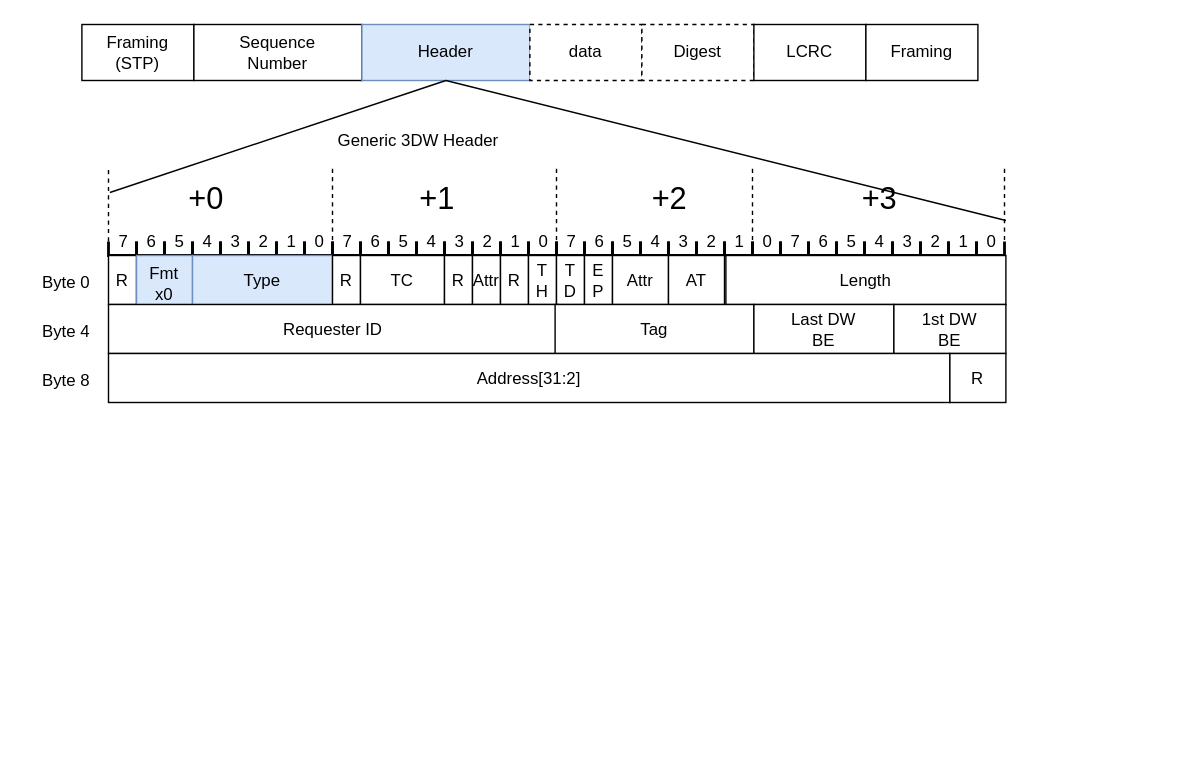
Earlier version of the draw.io diagram PCIE.drawio (Cain252199/MyNoteBook). Source tidied: cells renumbered, new cells numbered last; positions are measured from the earlier drawing's top-left corner, leaving out a move shared by most shapes. Both pictures are drawn from the tidied source at 140%, with x=0, y=0 at pixel (24, 24).
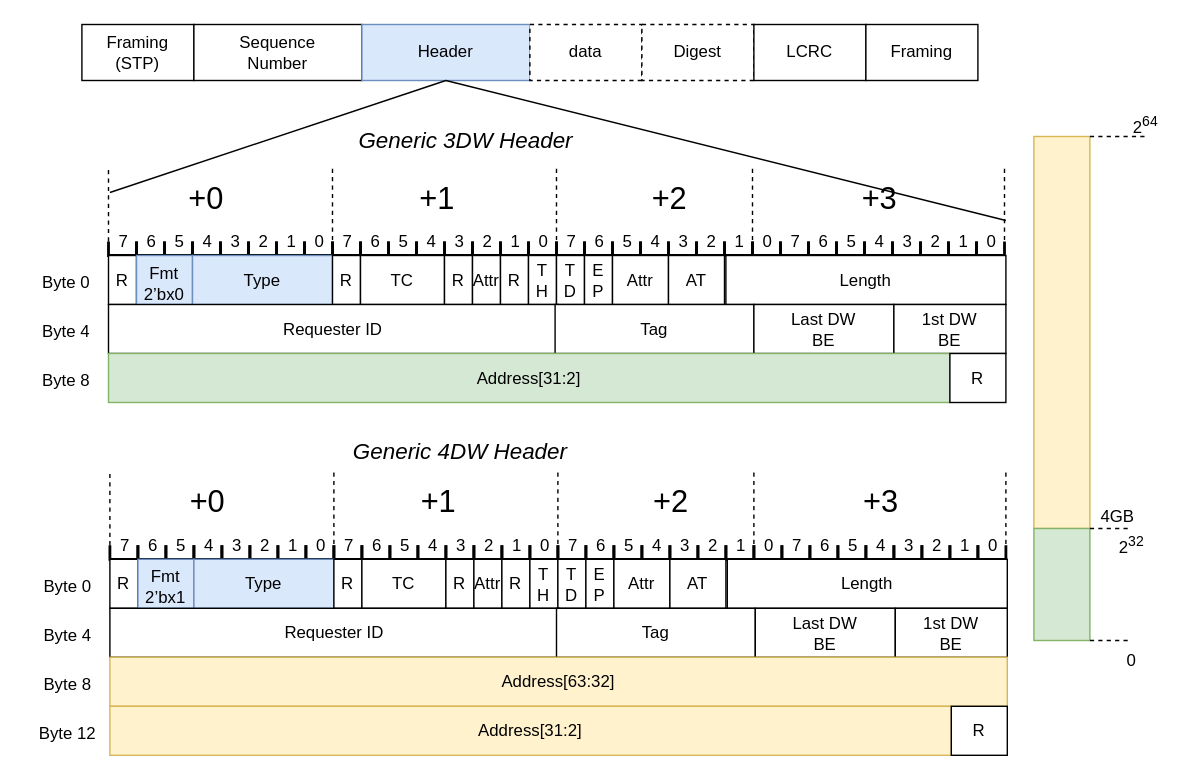
The same page after the edit.

What changed in the source:
```diff
@@
-    <mxCell id="53" value="&lt;div&gt;&lt;br&gt;&lt;/div&gt;&lt;div&gt;Fmt&lt;/div&gt;&lt;div&gt;x0&lt;/div&gt;" style="rounded=0;whiteSpace=wrap;html=1;spacing=0;spacingTop=-10;fillColor=#dae8fc;strokeColor=#6c8ebf;" parent="1" vertex="1">
+    <mxCell id="53" value="&lt;div&gt;&lt;br&gt;&lt;/div&gt;&lt;div&gt;Fmt&lt;/div&gt;&lt;div&gt;2’bx0&lt;/div&gt;" style="rounded=0;whiteSpace=wrap;html=1;spacing=0;spacingTop=-10;fillColor=#dae8fc;strokeColor=#6c8ebf;" parent="1" vertex="1">
       <mxGeometry x="80" y="165" width="40" height="35" as="geometry" />
     </mxCell>
@@
-    <mxCell id="70" value="Address[31:2]" style="rounded=0;whiteSpace=wrap;html=1;spacing=0;spacingTop=0;" parent="1" vertex="1">
+    <mxCell id="70" value="Address[31:2]" style="rounded=0;whiteSpace=wrap;html=1;spacing=0;spacingTop=0;fillColor=#d5e8d4;strokeColor=#82b366;" parent="1" vertex="1">
       <mxGeometry x="60" y="235" width="601" height="35" as="geometry" />
     </mxCell>
@@
-    <mxCell id="75" value="Generic 3DW Header" style="text;html=1;align=center;verticalAlign=middle;strokeColor=none;fillColor=none;" parent="1" vertex="1">
-      <mxGeometry x="211" y="68" width="140" height="30" as="geometry" />
+    <mxCell id="75" value="Generic 3DW Header" style="text;html=1;align=center;verticalAlign=middle;strokeColor=none;fillColor=none;fontSize=16;fontStyle=2;" parent="1" vertex="1">
+      <mxGeometry x="225" y="68" width="180" height="30" as="geometry" />
     </mxCell>
+    <mxCell id="76" value="&amp;nbsp; &amp;nbsp; &amp;nbsp;7" style="strokeWidth=2;html=1;shape=mxgraph.flowchart.annotation_1;align=left;rotation=-90;textDirection=vertical-lr;" parent="1" vertex="1">
+      <mxGeometry x="66" y="367" width="10" height="20" as="geometry" />
+    </mxCell>
+    <mxCell id="77" value="&amp;nbsp; &amp;nbsp; &amp;nbsp;6" style="strokeWidth=2;html=1;shape=mxgraph.flowchart.annotation_1;align=left;rotation=-90;textDirection=vertical-lr;" parent="1" vertex="1">
+      <mxGeometry x="86" y="367" width="10" height="20" as="geometry" />
+    </mxCell>
+    <mxCell id="78" value="&amp;nbsp; &amp;nbsp; &amp;nbsp;5" style="strokeWidth=2;html=1;shape=mxgraph.flowchart.annotation_1;align=left;rotation=-90;textDirection=vertical-lr;" parent="1" vertex="1">
+      <mxGeometry x="106" y="367" width="10" height="20" as="geometry" />
+    </mxCell>
+    <mxCell id="79" value="&amp;nbsp; &amp;nbsp; &amp;nbsp;4" style="strokeWidth=2;html=1;shape=mxgraph.flowchart.annotation_1;align=left;rotation=-90;textDirection=vertical-lr;" parent="1" vertex="1">
+      <mxGeometry x="126" y="367" width="10" height="20" as="geometry" />
+    </mxCell>
+    <mxCell id="80" value="&amp;nbsp; &amp;nbsp; &amp;nbsp;3" style="strokeWidth=2;html=1;shape=mxgraph.flowchart.annotation_1;align=left;rotation=-90;textDirection=vertical-lr;" parent="1" vertex="1">
+      <mxGeometry x="146" y="367" width="10" height="20" as="geometry" />
+    </mxCell>
+    <mxCell id="81" value="&amp;nbsp; &amp;nbsp; &amp;nbsp;2" style="strokeWidth=2;html=1;shape=mxgraph.flowchart.annotation_1;align=left;rotation=-90;textDirection=vertical-lr;" parent="1" vertex="1">
+      <mxGeometry x="166" y="367" width="10" height="20" as="geometry" />
+    </mxCell>
+    <mxCell id="82" value="&amp;nbsp; &amp;nbsp; &amp;nbsp;1" style="strokeWidth=2;html=1;shape=mxgraph.flowchart.annotation_1;align=left;rotation=-90;textDirection=vertical-lr;" parent="1" vertex="1">
+      <mxGeometry x="186" y="367" width="10" height="20" as="geometry" />
+    </mxCell>
+    <mxCell id="83" value="&amp;nbsp; &amp;nbsp; &amp;nbsp;0" style="strokeWidth=2;html=1;shape=mxgraph.flowchart.annotation_1;align=left;rotation=-90;textDirection=vertical-lr;" parent="1" vertex="1">
+      <mxGeometry x="206" y="367" width="10" height="20" as="geometry" />
+    </mxCell>
+    <mxCell id="84" value="&amp;nbsp; &amp;nbsp; &amp;nbsp;7" style="strokeWidth=2;html=1;shape=mxgraph.flowchart.annotation_1;align=left;rotation=-90;textDirection=vertical-lr;" parent="1" vertex="1">
+      <mxGeometry x="226" y="367" width="10" height="20" as="geometry" />
+    </mxCell>
+    <mxCell id="85" value="&amp;nbsp; &amp;nbsp; &amp;nbsp;6" style="strokeWidth=2;html=1;shape=mxgraph.flowchart.annotation_1;align=left;rotation=-90;textDirection=vertical-lr;" parent="1" vertex="1">
+      <mxGeometry x="246" y="367" width="10" height="20" as="geometry" />
+    </mxCell>
+    <mxCell id="86" value="&amp;nbsp; &amp;nbsp; &amp;nbsp;5" style="strokeWidth=2;html=1;shape=mxgraph.flowchart.annotation_1;align=left;rotation=-90;textDirection=vertical-lr;" parent="1" vertex="1">
+      <mxGeometry x="266" y="367" width="10" height="20" as="geometry" />
+    </mxCell>
+    <mxCell id="87" value="&amp;nbsp; &amp;nbsp; &amp;nbsp;4" style="strokeWidth=2;html=1;shape=mxgraph.flowchart.annotation_1;align=left;rotation=-90;textDirection=vertical-lr;" parent="1" vertex="1">
+      <mxGeometry x="286" y="367" width="10" height="20" as="geometry" />
+    </mxCell>
+    <mxCell id="88" value="&amp;nbsp; &amp;nbsp; &amp;nbsp;3" style="strokeWidth=2;html=1;shape=mxgraph.flowchart.annotation_1;align=left;rotation=-90;textDirection=vertical-lr;" parent="1" vertex="1">
+      <mxGeometry x="306" y="367" width="10" height="20" as="geometry" />
+    </mxCell>
+    <mxCell id="89" value="&amp;nbsp; &amp;nbsp; &amp;nbsp;2" style="strokeWidth=2;html=1;shape=mxgraph.flowchart.annotation_1;align=left;rotation=-90;textDirection=vertical-lr;" parent="1" vertex="1">
+      <mxGeometry x="326" y="367" width="10" height="20" as="geometry" />
+    </mxCell>
+    <mxCell id="90" value="&amp;nbsp; &amp;nbsp; &amp;nbsp;1" style="strokeWidth=2;html=1;shape=mxgraph.flowchart.annotation_1;align=left;rotation=-90;textDirection=vertical-lr;" parent="1" vertex="1">
+      <mxGeometry x="346" y="367" width="10" height="20" as="geometry" />
+    </mxCell>
+    <mxCell id="91" value="&amp;nbsp; &amp;nbsp; &amp;nbsp;0" style="strokeWidth=2;html=1;shape=mxgraph.flowchart.annotation_1;align=left;rotation=-90;textDirection=vertical-lr;" parent="1" vertex="1">
+      <mxGeometry x="366" y="367" width="10" height="20" as="geometry" />
+    </mxCell>
+    <mxCell id="92" value="&amp;nbsp; &amp;nbsp; &amp;nbsp;7" style="strokeWidth=2;html=1;shape=mxgraph.flowchart.annotation_1;align=left;rotation=-90;textDirection=vertical-lr;" parent="1" vertex="1">
+      <mxGeometry x="386" y="367" width="10" height="20" as="geometry" />
+    </mxCell>
+    <mxCell id="93" value="&amp;nbsp; &amp;nbsp; &amp;nbsp;6" style="strokeWidth=2;html=1;shape=mxgraph.flowchart.annotation_1;align=left;rotation=-90;textDirection=vertical-lr;" parent="1" vertex="1">
+      <mxGeometry x="406" y="367" width="10" height="20" as="geometry" />
+    </mxCell>
+    <mxCell id="94" value="&amp;nbsp; &amp;nbsp; &amp;nbsp;5" style="strokeWidth=2;html=1;shape=mxgraph.flowchart.annotation_1;align=left;rotation=-90;textDirection=vertical-lr;" parent="1" vertex="1">
+      <mxGeometry x="426" y="367" width="10" height="20" as="geometry" />
+    </mxCell>
+    <mxCell id="95" value="&amp;nbsp; &amp;nbsp; &amp;nbsp;4" style="strokeWidth=2;html=1;shape=mxgraph.flowchart.annotation_1;align=left;rotation=-90;textDirection=vertical-lr;" parent="1" vertex="1">
+      <mxGeometry x="446" y="367" width="10" height="20" as="geometry" />
+    </mxCell>
+    <mxCell id="96" value="&amp;nbsp; &amp;nbsp; &amp;nbsp;3" style="strokeWidth=2;html=1;shape=mxgraph.flowchart.annotation_1;align=left;rotation=-90;textDirection=vertical-lr;" parent="1" vertex="1">
+      <mxGeometry x="466" y="367" width="10" height="20" as="geometry" />
+    </mxCell>
+    <mxCell id="97" value="&amp;nbsp; &amp;nbsp; &amp;nbsp;2" style="strokeWidth=2;html=1;shape=mxgraph.flowchart.annotation_1;align=left;rotation=-90;textDirection=vertical-lr;" parent="1" vertex="1">
+      <mxGeometry x="486" y="367" width="10" height="20" as="geometry" />
+    </mxCell>
+    <mxCell id="98" value="&amp;nbsp; &amp;nbsp; &amp;nbsp;1" style="strokeWidth=2;html=1;shape=mxgraph.flowchart.annotation_1;align=left;rotation=-90;textDirection=vertical-lr;" parent="1" vertex="1">
+      <mxGeometry x="506" y="367" width="10" height="20" as="geometry" />
+    </mxCell>
+    <mxCell id="99" value="&amp;nbsp; &amp;nbsp; &amp;nbsp;0" style="strokeWidth=2;html=1;shape=mxgraph.flowchart.annotation_1;align=left;rotation=-90;textDirection=vertical-lr;" parent="1" vertex="1">
+      <mxGeometry x="526" y="367" width="10" height="20" as="geometry" />
+    </mxCell>
+    <mxCell id="100" value="&amp;nbsp; &amp;nbsp; &amp;nbsp;7" style="strokeWidth=2;html=1;shape=mxgraph.flowchart.annotation_1;align=left;rotation=-90;textDirection=vertical-lr;" parent="1" vertex="1">
+      <mxGeometry x="546" y="367" width="10" height="20" as="geometry" />
+    </mxCell>
+    <mxCell id="101" value="&amp;nbsp; &amp;nbsp; &amp;nbsp;6" style="strokeWidth=2;html=1;shape=mxgraph.flowchart.annotation_1;align=left;rotation=-90;textDirection=vertical-lr;" parent="1" vertex="1">
+      <mxGeometry x="566" y="367" width="10" height="20" as="geometry" />
+    </mxCell>
+    <mxCell id="102" value="&amp;nbsp; &amp;nbsp; &amp;nbsp;5" style="strokeWidth=2;html=1;shape=mxgraph.flowchart.annotation_1;align=left;rotation=-90;textDirection=vertical-lr;" parent="1" vertex="1">
+      <mxGeometry x="586" y="367" width="10" height="20" as="geometry" />
+    </mxCell>
+    <mxCell id="103" value="&amp;nbsp; &amp;nbsp; &amp;nbsp;4" style="strokeWidth=2;html=1;shape=mxgraph.flowchart.annotation_1;align=left;rotation=-90;textDirection=vertical-lr;" parent="1" vertex="1">
+      <mxGeometry x="606" y="367" width="10" height="20" as="geometry" />
+    </mxCell>
+    <mxCell id="104" value="&amp;nbsp; &amp;nbsp; &amp;nbsp;3" style="strokeWidth=2;html=1;shape=mxgraph.flowchart.annotation_1;align=left;rotation=-90;textDirection=vertical-lr;" parent="1" vertex="1">
+      <mxGeometry x="626" y="367" width="10" height="20" as="geometry" />
+    </mxCell>
+    <mxCell id="105" value="&amp;nbsp; &amp;nbsp; &amp;nbsp;2" style="strokeWidth=2;html=1;shape=mxgraph.flowchart.annotation_1;align=left;rotation=-90;textDirection=vertical-lr;" parent="1" vertex="1">
+      <mxGeometry x="646" y="367" width="10" height="20" as="geometry" />
+    </mxCell>
+    <mxCell id="106" value="&amp;nbsp; &amp;nbsp; &amp;nbsp;1" style="strokeWidth=2;html=1;shape=mxgraph.flowchart.annotation_1;align=left;rotation=-90;textDirection=vertical-lr;" parent="1" vertex="1">
+      <mxGeometry x="666" y="367" width="10" height="20" as="geometry" />
+    </mxCell>
+    <mxCell id="107" value="&amp;nbsp; &amp;nbsp; &amp;nbsp;0" style="strokeWidth=2;html=1;shape=mxgraph.flowchart.annotation_1;align=left;rotation=-90;textDirection=vertical-lr;" parent="1" vertex="1">
+      <mxGeometry x="686" y="367" width="10" height="20" as="geometry" />
+    </mxCell>
+    <mxCell id="108" value="&lt;font style=&quot;font-size: 22px;&quot;&gt;+0&lt;/font&gt;" style="text;html=1;align=center;verticalAlign=middle;whiteSpace=wrap;rounded=0;" parent="1" vertex="1">
+      <mxGeometry x="101" y="327" width="60" height="30" as="geometry" />
+    </mxCell>
+    <mxCell id="109" value="&lt;font style=&quot;font-size: 22px;&quot;&gt;+1&lt;/font&gt;" style="text;html=1;align=center;verticalAlign=middle;whiteSpace=wrap;rounded=0;" parent="1" vertex="1">
+      <mxGeometry x="266" y="327" width="60" height="30" as="geometry" />
+    </mxCell>
+    <mxCell id="110" value="&lt;font style=&quot;font-size: 22px;&quot;&gt;+2&lt;/font&gt;" style="text;html=1;align=center;verticalAlign=middle;whiteSpace=wrap;rounded=0;" parent="1" vertex="1">
+      <mxGeometry x="432" y="327" width="60" height="30" as="geometry" />
+    </mxCell>
+    <mxCell id="111" value="&lt;font style=&quot;font-size: 22px;&quot;&gt;+3&lt;/font&gt;" style="text;html=1;align=center;verticalAlign=middle;whiteSpace=wrap;rounded=0;" parent="1" vertex="1">
+      <mxGeometry x="582" y="327" width="60" height="30" as="geometry" />
+    </mxCell>
+    <mxCell id="112" style="endArrow=none;dashed=1;html=1;rounded=0;exitX=0.5;exitY=0;exitDx=0;exitDy=0;exitPerimeter=0;" parent="1" edge="1">
+      <mxGeometry relative="1" as="geometry">
+        <mxPoint x="381" y="377" as="sourcePoint" />
+        <mxPoint x="381" y="317" as="targetPoint" />
+      </mxGeometry>
+    </mxCell>
+    <mxCell id="113" style="endArrow=none;dashed=1;html=1;rounded=0;exitX=0.5;exitY=0;exitDx=0;exitDy=0;exitPerimeter=0;" parent="1" edge="1">
+      <mxGeometry relative="1" as="geometry">
+        <mxPoint x="221" y="377" as="sourcePoint" />
+        <mxPoint x="221" y="317" as="targetPoint" />
+      </mxGeometry>
+    </mxCell>
+    <mxCell id="114" style="endArrow=none;dashed=1;html=1;rounded=0;exitX=0.5;exitY=0;exitDx=0;exitDy=0;exitPerimeter=0;" parent="1" edge="1">
+      <mxGeometry relative="1" as="geometry">
+        <mxPoint x="521" y="377" as="sourcePoint" />
+        <mxPoint x="521" y="317" as="targetPoint" />
+      </mxGeometry>
+    </mxCell>
+    <mxCell id="115" style="endArrow=none;dashed=1;html=1;rounded=0;exitX=0.5;exitY=0;exitDx=0;exitDy=0;exitPerimeter=0;" parent="1" edge="1">
+      <mxGeometry relative="1" as="geometry">
+        <mxPoint x="61" y="378" as="sourcePoint" />
+        <mxPoint x="61" y="318" as="targetPoint" />
+      </mxGeometry>
+    </mxCell>
+    <mxCell id="116" style="endArrow=none;dashed=1;html=1;rounded=0;exitX=0.5;exitY=0;exitDx=0;exitDy=0;exitPerimeter=0;" parent="1" edge="1">
+      <mxGeometry relative="1" as="geometry">
+        <mxPoint x="701" y="377" as="sourcePoint" />
+        <mxPoint x="701" y="317" as="targetPoint" />
+      </mxGeometry>
+    </mxCell>
+    <mxCell id="117" value="R" style="rounded=0;whiteSpace=wrap;html=1;spacing=0;" parent="1" vertex="1">
+      <mxGeometry x="61" y="382" width="20" height="35" as="geometry" />
+    </mxCell>
+    <mxCell id="118" value="&lt;div&gt;&lt;br&gt;&lt;/div&gt;&lt;div&gt;Fmt&lt;/div&gt;&lt;div&gt;2’bx1&lt;/div&gt;" style="rounded=0;whiteSpace=wrap;html=1;spacing=0;spacingTop=-10;fillColor=#dae8fc;strokeColor=#6c8ebf;" parent="1" vertex="1">
+      <mxGeometry x="81" y="382" width="40" height="35" as="geometry" />
+    </mxCell>
+    <mxCell id="119" value="Type" style="rounded=0;whiteSpace=wrap;html=1;spacing=0;spacingTop=0;fillColor=#dae8fc;strokeColor=#6c8ebf;" parent="1" vertex="1">
+      <mxGeometry x="121" y="382" width="100" height="35" as="geometry" />
+    </mxCell>
+    <mxCell id="120" value="R" style="rounded=0;whiteSpace=wrap;html=1;spacing=0;" parent="1" vertex="1">
+      <mxGeometry x="221" y="382" width="20" height="35" as="geometry" />
+    </mxCell>
+    <mxCell id="121" value="TC" style="rounded=0;whiteSpace=wrap;html=1;spacing=0;" parent="1" vertex="1">
+      <mxGeometry x="241" y="382" width="60" height="35" as="geometry" />
+    </mxCell>
+    <mxCell id="122" value="R" style="rounded=0;whiteSpace=wrap;html=1;spacing=0;" parent="1" vertex="1">
+      <mxGeometry x="301" y="382" width="20" height="35" as="geometry" />
+    </mxCell>
+    <mxCell id="123" value="Attr" style="rounded=0;whiteSpace=wrap;html=1;spacing=0;" parent="1" vertex="1">
+      <mxGeometry x="321" y="382" width="20" height="35" as="geometry" />
+    </mxCell>
+    <mxCell id="124" value="R" style="rounded=0;whiteSpace=wrap;html=1;spacing=0;" parent="1" vertex="1">
+      <mxGeometry x="341" y="382" width="20" height="35" as="geometry" />
+    </mxCell>
+    <mxCell id="125" value="&lt;div&gt;T&lt;/div&gt;&lt;div&gt;H&lt;/div&gt;" style="rounded=0;whiteSpace=wrap;html=1;spacing=0;" parent="1" vertex="1">
+      <mxGeometry x="361" y="382" width="20" height="35" as="geometry" />
+    </mxCell>
+    <mxCell id="126" value="&lt;div&gt;T&lt;/div&gt;&lt;div&gt;D&lt;/div&gt;" style="rounded=0;whiteSpace=wrap;html=1;spacing=0;" parent="1" vertex="1">
+      <mxGeometry x="381" y="382" width="20" height="35" as="geometry" />
+    </mxCell>
+    <mxCell id="127" value="&lt;div&gt;E&lt;/div&gt;&lt;div&gt;P&lt;/div&gt;" style="rounded=0;whiteSpace=wrap;html=1;spacing=0;" parent="1" vertex="1">
+      <mxGeometry x="401" y="382" width="20" height="35" as="geometry" />
+    </mxCell>
+    <mxCell id="128" value="Attr" style="rounded=0;whiteSpace=wrap;html=1;spacing=0;" parent="1" vertex="1">
+      <mxGeometry x="421" y="382" width="40" height="35" as="geometry" />
+    </mxCell>
+    <mxCell id="129" value="AT" style="rounded=0;whiteSpace=wrap;html=1;spacing=0;" parent="1" vertex="1">
+      <mxGeometry x="461" y="382" width="40" height="35" as="geometry" />
+    </mxCell>
+    <mxCell id="130" value="Length" style="rounded=0;whiteSpace=wrap;html=1;spacing=0;" parent="1" vertex="1">
+      <mxGeometry x="502" y="382" width="200" height="35" as="geometry" />
+    </mxCell>
+    <mxCell id="131" value="Requester ID" style="rounded=0;whiteSpace=wrap;html=1;spacing=0;spacingTop=0;" parent="1" vertex="1">
+      <mxGeometry x="61" y="417" width="321" height="35" as="geometry" />
+    </mxCell>
+    <mxCell id="132" value="Tag" style="rounded=0;whiteSpace=wrap;html=1;spacing=0;spacingTop=0;" parent="1" vertex="1">
+      <mxGeometry x="380" y="417" width="142" height="35" as="geometry" />
+    </mxCell>
+    <mxCell id="133" value="&lt;div&gt;Last DW&lt;/div&gt;&lt;div&gt;BE&lt;/div&gt;" style="rounded=0;whiteSpace=wrap;html=1;spacing=0;spacingTop=0;" parent="1" vertex="1">
+      <mxGeometry x="522" y="417" width="100" height="35" as="geometry" />
+    </mxCell>
+    <mxCell id="134" value="1st DW&lt;div&gt;BE&lt;/div&gt;" style="rounded=0;whiteSpace=wrap;html=1;spacing=0;spacingTop=0;" parent="1" vertex="1">
+      <mxGeometry x="622" y="417" width="80" height="35" as="geometry" />
+    </mxCell>
+    <mxCell id="135" value="Address[63:32]" style="rounded=0;whiteSpace=wrap;html=1;spacing=0;spacingTop=0;fillColor=#fff2cc;strokeColor=#d6b656;" parent="1" vertex="1">
+      <mxGeometry x="61" y="452" width="641" height="35" as="geometry" />
+    </mxCell>
+    <mxCell id="136" value="Byte 0" style="text;html=1;align=center;verticalAlign=middle;whiteSpace=wrap;rounded=0;" parent="1" vertex="1">
+      <mxGeometry x="1" y="387" width="60" height="30" as="geometry" />
+    </mxCell>
+    <mxCell id="137" value="Byte 4" style="text;html=1;align=center;verticalAlign=middle;whiteSpace=wrap;rounded=0;" parent="1" vertex="1">
+      <mxGeometry x="1" y="422" width="60" height="30" as="geometry" />
+    </mxCell>
+    <mxCell id="138" value="Byte 8" style="text;html=1;align=center;verticalAlign=middle;whiteSpace=wrap;rounded=0;" parent="1" vertex="1">
+      <mxGeometry x="1" y="457" width="60" height="30" as="geometry" />
+    </mxCell>
+    <mxCell id="139" value="Generic 4DW Header" style="text;html=1;align=center;verticalAlign=middle;strokeColor=none;fillColor=none;fontSize=16;fontStyle=2;" parent="1" vertex="1">
+      <mxGeometry x="221" y="290" width="180" height="30" as="geometry" />
+    </mxCell>
+    <mxCell id="140" value="Address[31:2]" style="rounded=0;whiteSpace=wrap;html=1;spacing=0;spacingTop=0;fillColor=#fff2cc;strokeColor=#d6b656;" parent="1" vertex="1">
+      <mxGeometry x="61" y="487" width="601" height="35" as="geometry" />
+    </mxCell>
+    <mxCell id="141" value="R" style="rounded=0;whiteSpace=wrap;html=1;spacing=0;" parent="1" vertex="1">
+      <mxGeometry x="662" y="487" width="40" height="35" as="geometry" />
+    </mxCell>
+    <mxCell id="142" value="Byte 12" style="text;html=1;align=center;verticalAlign=middle;whiteSpace=wrap;rounded=0;" parent="1" vertex="1">
+      <mxGeometry x="1" y="492" width="60" height="30" as="geometry" />
+    </mxCell>
+    <mxCell id="143" style="rounded=0;whiteSpace=wrap;html=1;fillColor=#fff2cc;strokeColor=#d6b656;" parent="1" vertex="1">
+      <mxGeometry x="721" y="80" width="40" height="280" as="geometry" />
+    </mxCell>
+    <mxCell id="144" style="rounded=0;whiteSpace=wrap;html=1;fillColor=#d5e8d4;strokeColor=#82b366;" parent="1" vertex="1">
+      <mxGeometry x="721" y="360" width="40" height="80" as="geometry" />
+    </mxCell>
+    <mxCell id="145" style="endArrow=none;dashed=1;html=1;rounded=0;" parent="1" edge="1">
+      <mxGeometry relative="1" as="geometry">
+        <mxPoint x="761" y="360" as="sourcePoint" />
+        <mxPoint x="791" y="360" as="targetPoint" />
+      </mxGeometry>
+    </mxCell>
+    <mxCell id="146" style="endArrow=none;dashed=1;html=1;rounded=0;" parent="1" edge="1">
+      <mxGeometry relative="1" as="geometry">
+        <mxPoint x="761" y="80" as="sourcePoint" />
+        <mxPoint x="801" y="80" as="targetPoint" />
+      </mxGeometry>
+    </mxCell>
+    <mxCell id="147" style="endArrow=none;dashed=1;html=1;rounded=0;" parent="1" edge="1">
+      <mxGeometry relative="1" as="geometry">
+        <mxPoint x="761" y="440" as="sourcePoint" />
+        <mxPoint x="791" y="440" as="targetPoint" />
+      </mxGeometry>
+    </mxCell>
+    <mxCell id="148" value="0" style="text;html=1;align=center;verticalAlign=middle;whiteSpace=wrap;rounded=0;" parent="1" vertex="1">
+      <mxGeometry x="761" y="440" width="60" height="30" as="geometry" />
+    </mxCell>
+    <mxCell id="149" value="2&lt;sup&gt;32&lt;/sup&gt;" style="text;html=1;align=center;verticalAlign=middle;whiteSpace=wrap;rounded=0;" parent="1" vertex="1">
+      <mxGeometry x="771" y="357" width="40" height="30" as="geometry" />
+    </mxCell>
+    <mxCell id="150" value="4GB" style="text;html=1;align=center;verticalAlign=middle;whiteSpace=wrap;rounded=0;" parent="1" vertex="1">
+      <mxGeometry x="751" y="337" width="60" height="30" as="geometry" />
+    </mxCell>
+    <mxCell id="151" value="2&lt;sup&gt;64&lt;/sup&gt;" style="text;html=1;align=center;verticalAlign=middle;whiteSpace=wrap;rounded=0;" parent="1" vertex="1">
+      <mxGeometry x="781" y="57" width="40" height="30" as="geometry" />
+    </mxCell>
```
